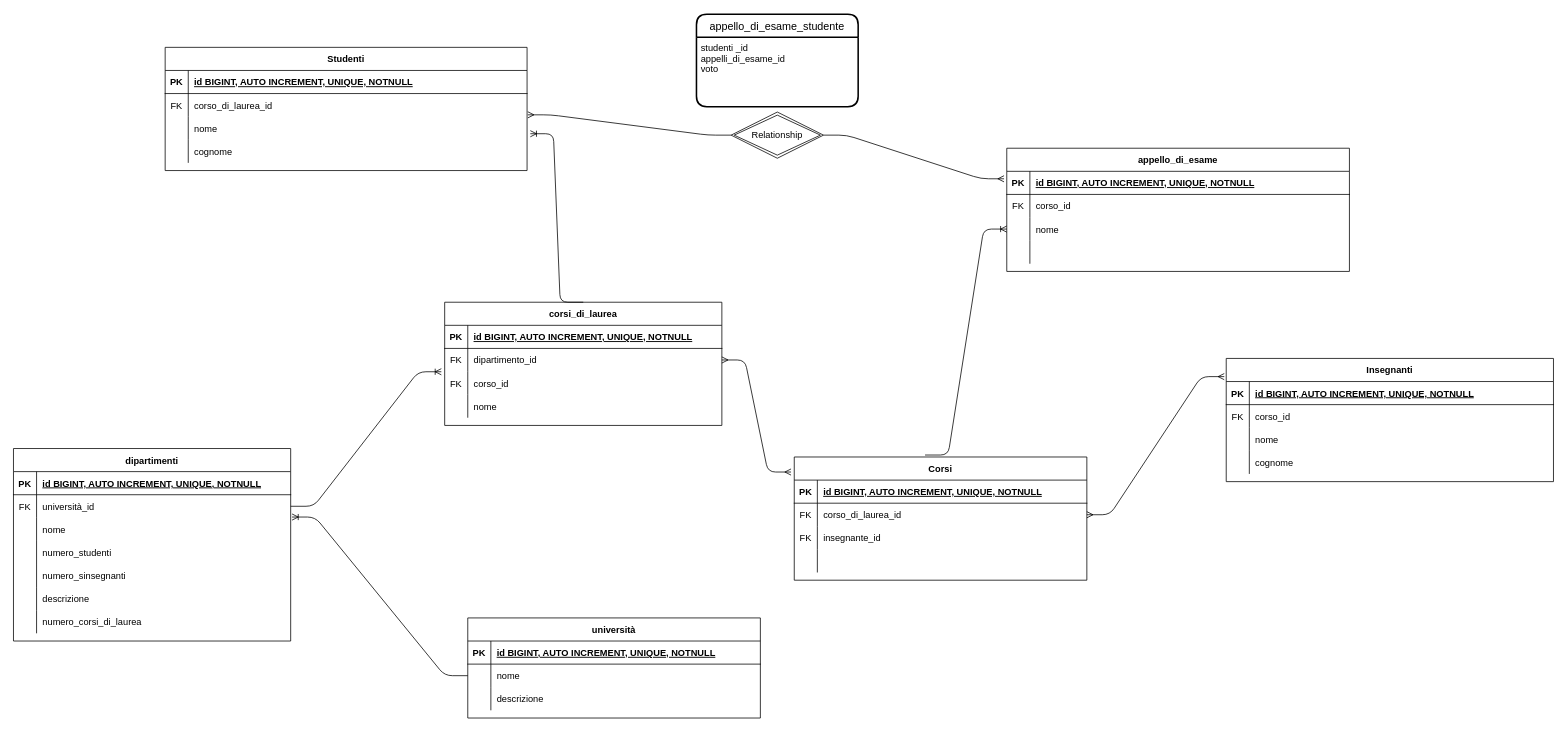
The draw.io diagram university_db.drawio in diego-cavenati/db-university, before the edit. Source tidied: cells renumbered, new cells numbered last; positions are measured from the earlier drawing's top-left corner, leaving out a move shared by most shapes. Both pictures are drawn from the tidied source at 77%, with x=0, y=0 at pixel (13, 14).
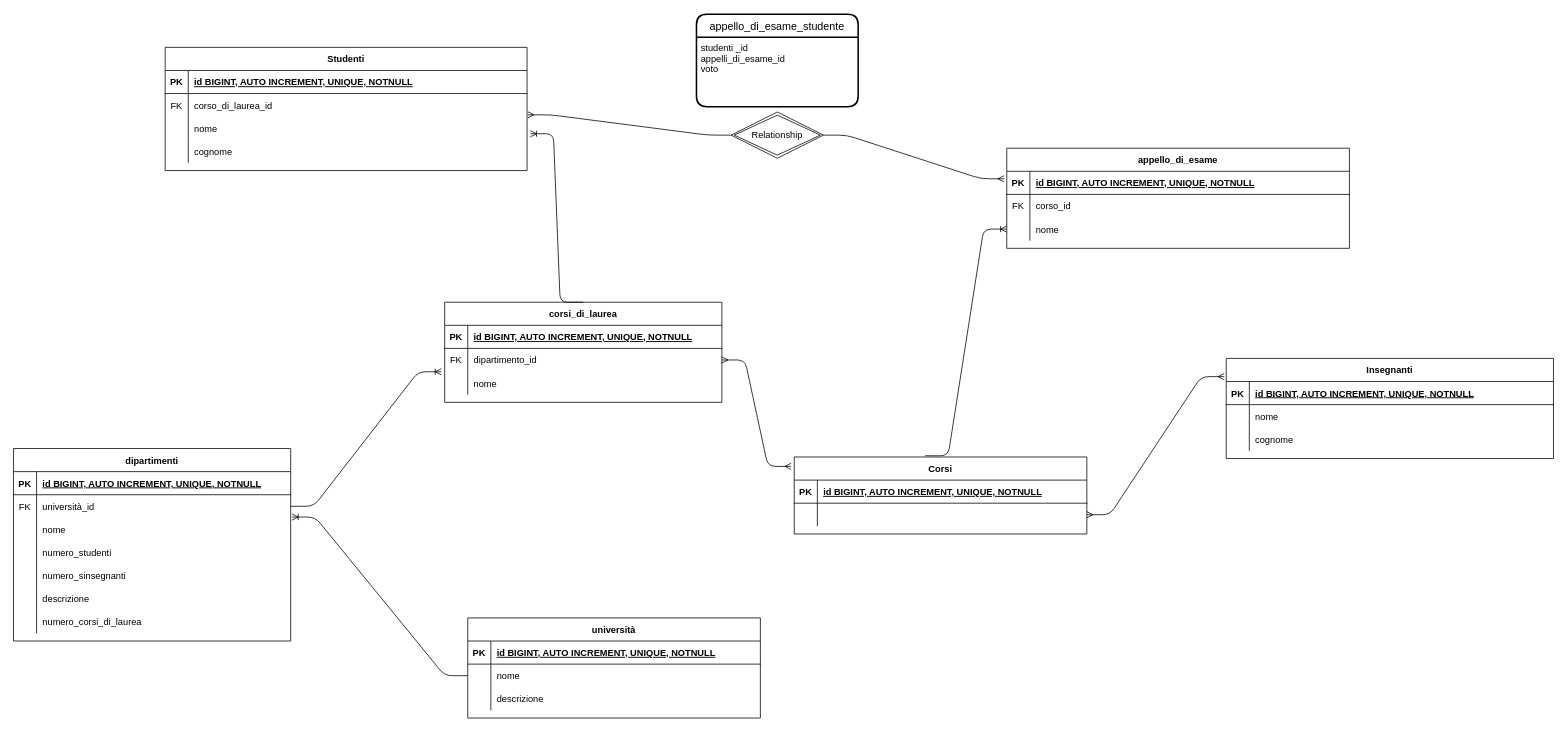
The same diagram, later.

Unchanged cells that the change refers to:
```xml
<mxCell id="29" style="shape=partialRectangle;fillColor=none;points=[[0,0.5],[1,0.5]];portConstraint=eastwest;top=0;left=0;right=0;bottom=0;" parent="25" vertex="1">
  <mxGeometry y="60" width="360" height="30" as="geometry" />
</mxCell>
<mxCell id="74" style="shape=partialRectangle;fillColor=none;top=0;left=0;bottom=1;right=0;points=[[0,0.5],[1,0.5]];portConstraint=eastwest;" parent="73" vertex="1">
  <mxGeometry y="30" width="425" height="30" as="geometry" />
</mxCell>
```

The edit, as a diff of the source:
```diff
@@
     <mxCell id="12" value="corsi_di_laurea" style="shape=table;startSize=30;childLayout=tableLayout;rowLines=0;fontStyle=1;align=center;" parent="1" vertex="1">
-      <mxGeometry x="560" y="374" width="360" height="160" as="geometry" />
+      <mxGeometry x="560" y="374" width="360" height="130" as="geometry" />
     </mxCell>
@@
-    <mxCell id="19" style="shape=partialRectangle;fillColor=none;points=[[0,0.5],[1,0.5]];portConstraint=eastwest;top=0;left=0;right=0;bottom=0;" parent="12" vertex="1">
-      <mxGeometry y="90" width="360" height="30" as="geometry" />
-    </mxCell>
-    <mxCell id="20" value="FK" style="shape=partialRectangle;overflow=hidden;fillColor=none;top=0;left=0;bottom=0;right=0;" parent="19" vertex="1">
-      <mxGeometry width="30" height="30" as="geometry" />
-    </mxCell>
-    <mxCell id="21" value="corso_id" style="shape=partialRectangle;overflow=hidden;fillColor=none;top=0;left=0;bottom=0;right=0;align=left;spacingLeft=6;" parent="19" vertex="1">
-      <mxGeometry x="30" width="330" height="30" as="geometry" />
-    </mxCell>
     <mxCell id="22" style="shape=partialRectangle;fillColor=none;top=0;left=0;right=0;bottom=0;" parent="12" vertex="1">
-      <mxGeometry y="120" width="360" height="30" as="geometry" />
+      <mxGeometry y="90" width="360" height="30" as="geometry" />
     </mxCell>
@@
     <mxCell id="47" value="Corsi" style="shape=table;startSize=30;childLayout=tableLayout;rowLines=0;fontStyle=1;align=center;" parent="1" vertex="1">
-      <mxGeometry x="1014" y="575" width="380" height="160" as="geometry" />
+      <mxGeometry x="1014" y="575" width="380" height="100" as="geometry" />
     </mxCell>
@@
-    <mxCell id="51" style="shape=partialRectangle;fillColor=none;top=0;left=0;bottom=0;right=0;points=[[0,0.5],[1,0.5]];portConstraint=eastwest;" parent="47" vertex="1">
-      <mxGeometry y="60" width="380" height="30" as="geometry" />
-    </mxCell>
-    <mxCell id="52" value="FK" style="shape=partialRectangle;fillColor=none;top=0;left=0;bottom=0;right=0;overflow=hidden;" parent="51" vertex="1">
-      <mxGeometry width="30" height="30" as="geometry" />
-    </mxCell>
-    <mxCell id="53" value="corso_di_laurea_id" style="shape=partialRectangle;fillColor=none;top=0;left=0;bottom=0;right=0;align=left;spacingLeft=6;overflow=hidden;" parent="51" vertex="1">
-      <mxGeometry x="30" width="350" height="30" as="geometry" />
-    </mxCell>
-    <mxCell id="54" style="shape=partialRectangle;fillColor=none;top=0;left=0;bottom=0;right=0;" parent="47" vertex="1">
-      <mxGeometry y="90" width="380" height="30" as="geometry" />
-    </mxCell>
-    <mxCell id="55" value="FK" style="shape=partialRectangle;fillColor=none;top=0;left=0;bottom=0;right=0;overflow=hidden;" parent="54" vertex="1">
-      <mxGeometry width="30" height="30" as="geometry" />
-    </mxCell>
-    <mxCell id="56" value="insegnante_id" style="shape=partialRectangle;fillColor=none;top=0;left=0;bottom=0;right=0;align=left;spacingLeft=6;overflow=hidden;" parent="54" vertex="1">
-      <mxGeometry x="30" width="350" height="30" as="geometry" />
-    </mxCell>
     <mxCell id="57" style="shape=partialRectangle;fillColor=none;top=0;left=0;bottom=0;right=0;" parent="47" vertex="1">
-      <mxGeometry y="120" width="380" height="30" as="geometry" />
+      <mxGeometry y="60" width="380" height="30" as="geometry" />
     </mxCell>
@@
     <mxCell id="60" value="appello_di_esame" style="shape=table;startSize=30;childLayout=tableLayout;rowLines=0;fontStyle=1;align=center;" parent="1" vertex="1">
-      <mxGeometry x="1290" y="174" width="445" height="160" as="geometry" />
+      <mxGeometry x="1290" y="174" width="445" height="130" as="geometry" />
     </mxCell>
@@
-    <mxCell id="70" style="shape=partialRectangle;fillColor=none;top=0;left=0;bottom=0;right=0;" parent="60" vertex="1">
-      <mxGeometry y="120" width="445" height="30" as="geometry" />
-    </mxCell>
-    <mxCell id="71" style="shape=partialRectangle;fillColor=none;top=0;left=0;bottom=0;right=0;overflow=hidden;" parent="70" vertex="1">
-      <mxGeometry width="30" height="30" as="geometry" />
-    </mxCell>
-    <mxCell id="72" style="shape=partialRectangle;fillColor=none;top=0;left=0;bottom=0;right=0;align=left;spacingLeft=6;overflow=hidden;" parent="70" vertex="1">
-      <mxGeometry x="30" width="415" height="30" as="geometry" />
-    </mxCell>
     <mxCell id="73" value="Insegnanti" style="shape=table;startSize=30;childLayout=tableLayout;rowLines=0;fontStyle=1;align=center;" parent="1" vertex="1">
-      <mxGeometry x="1575" y="447" width="425" height="160" as="geometry" />
+      <mxGeometry x="1575" y="447" width="425" height="130" as="geometry" />
     </mxCell>
@@
-    <mxCell id="77" style="shape=partialRectangle;fillColor=none;top=0;left=0;bottom=0;right=0;" parent="73" vertex="1">
-      <mxGeometry y="60" width="425" height="30" as="geometry" />
-    </mxCell>
-    <mxCell id="78" value="FK" style="shape=partialRectangle;fillColor=none;top=0;left=0;bottom=0;right=0;overflow=hidden;" parent="77" vertex="1">
-      <mxGeometry width="30" height="30" as="geometry" />
-    </mxCell>
-    <mxCell id="79" value="corso_id" style="shape=partialRectangle;fillColor=none;top=0;left=0;bottom=0;right=0;align=left;spacingLeft=6;overflow=hidden;" parent="77" vertex="1">
-      <mxGeometry x="30" width="395" height="30" as="geometry" />
-    </mxCell>
     <mxCell id="80" style="shape=partialRectangle;fillColor=none;top=0;left=0;bottom=0;right=0;" parent="73" vertex="1">
-      <mxGeometry y="90" width="425" height="30" as="geometry" />
+      <mxGeometry y="60" width="425" height="30" as="geometry" />
     </mxCell>
@@
     <mxCell id="83" style="shape=partialRectangle;fillColor=none;top=0;left=0;bottom=0;right=0;" parent="73" vertex="1">
-      <mxGeometry y="120" width="425" height="30" as="geometry" />
+      <mxGeometry y="90" width="425" height="30" as="geometry" />
     </mxCell>
@@
-    <mxCell id="102" style="edgeStyle=entityRelationEdgeStyle;fontSize=12;html=1;endArrow=ERoneToMany;exitX=1;exitY=0.5;exitDx=0;exitDy=0;entryX=-0.012;entryY=0.01;entryDx=0;entryDy=0;entryPerimeter=0;" parent="1" edge="1" source="29" target="19">
-      <mxGeometry relative="1" as="geometry" />
+    <mxCell id="102" style="edgeStyle=entityRelationEdgeStyle;fontSize=12;html=1;endArrow=ERoneToMany;exitX=1;exitY=0.5;exitDx=0;exitDy=0;entryX=-0.012;entryY=0.01;entryDx=0;entryDy=0;entryPerimeter=0;" parent="1" edge="1" source="29">
+      <mxGeometry relative="1" as="geometry">
+        <mxPoint x="555.7" y="464.3" as="targetPoint" />
+      </mxGeometry>
     </mxCell>
-    <mxCell id="103" style="edgeStyle=entityRelationEdgeStyle;fontSize=12;html=1;endArrow=ERmany;startArrow=ERmany;entryX=-0.006;entryY=-0.213;entryDx=0;entryDy=0;entryPerimeter=0;exitX=1;exitY=0.5;exitDx=0;exitDy=0;" parent="1" edge="1" source="51" target="74">
-      <mxGeometry relative="1" as="geometry" />
+    <mxCell id="103" style="edgeStyle=entityRelationEdgeStyle;fontSize=12;html=1;endArrow=ERmany;startArrow=ERmany;entryX=-0.006;entryY=-0.213;entryDx=0;entryDy=0;entryPerimeter=0;exitX=1;exitY=0.5;exitDx=0;exitDy=0;" parent="1" edge="1" target="74">
+      <mxGeometry relative="1" as="geometry">
+        <mxPoint x="1394" y="650" as="sourcePoint" />
+      </mxGeometry>
     </mxCell>
```
